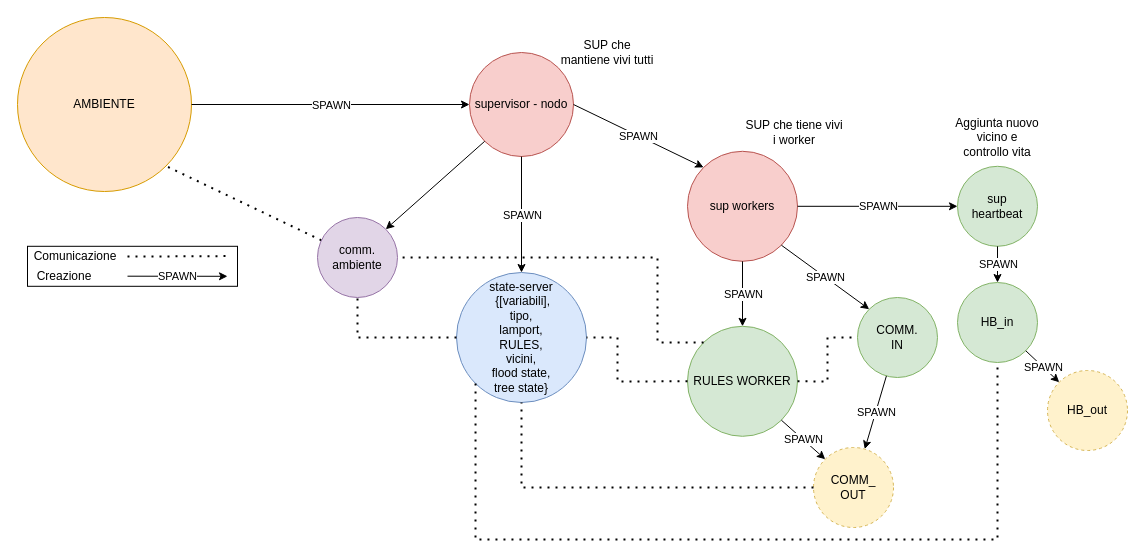
This is relazione/draws/draw_nodeworker.drawio from DiegoBorsoi/ProgettoSistemiDistribuiti, a draw.io file, before an edit. Source tidied: cells renumbered, new cells numbered last; positions are measured from the earlier drawing's top-left corner, leaving out a move shared by most shapes. Both pictures are drawn from the tidied source at 100%, with x=0, y=0 at pixel (17, 17).
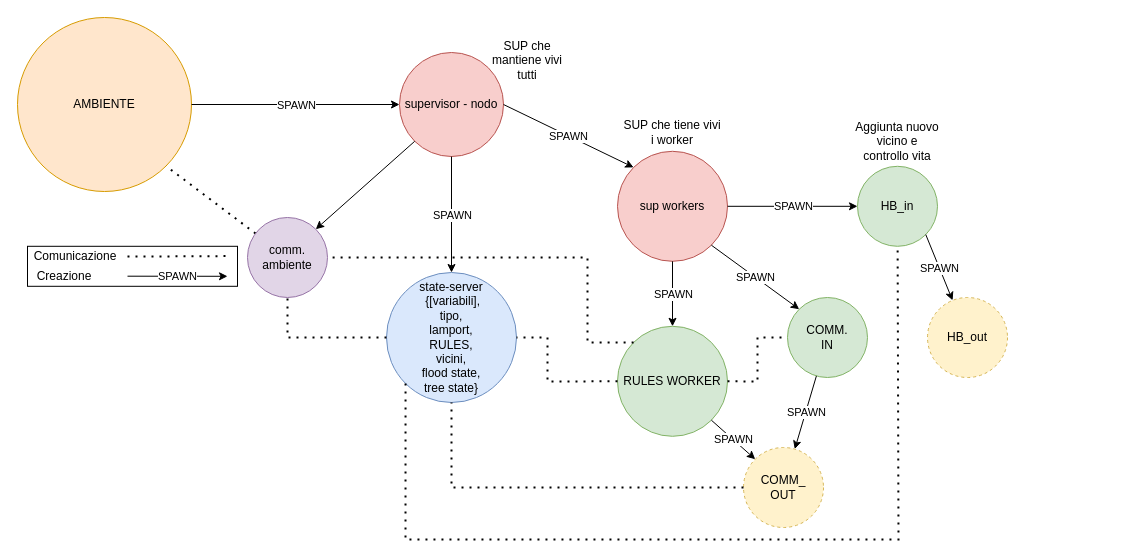
The same diagram, later.

The edit, as a diff of the source:
```diff
@@
     <mxCell id="3" value="supervisor - nodo" style="ellipse;whiteSpace=wrap;html=1;fillColor=#f8cecc;strokeColor=#b85450;" parent="1" vertex="1">
-      <mxGeometry x="452" y="35" width="104" height="104" as="geometry" />
+      <mxGeometry x="382" y="35" width="104" height="104" as="geometry" />
     </mxCell>
     <mxCell id="4" value="state-server&lt;br&gt;&amp;nbsp;{[variabili], &lt;br&gt;tipo,&lt;br&gt;lamport,&lt;br&gt;RULES,&lt;br&gt;vicini,&lt;br&gt;flood state,&lt;br&gt;tree state}" style="ellipse;whiteSpace=wrap;html=1;fillColor=#dae8fc;strokeColor=#6c8ebf;" parent="1" vertex="1">
-      <mxGeometry x="439" y="255" width="130" height="130" as="geometry" />
+      <mxGeometry x="369" y="255" width="130" height="130" as="geometry" />
     </mxCell>
     <mxCell id="5" value="sup workers" style="ellipse;whiteSpace=wrap;html=1;fillColor=#f8cecc;strokeColor=#b85450;" parent="1" vertex="1">
-      <mxGeometry x="670" y="133.8" width="110" height="110" as="geometry" />
+      <mxGeometry x="600" y="133.8" width="110" height="110" as="geometry" />
     </mxCell>
     <mxCell id="6" value="COMM.&lt;br&gt;IN" style="ellipse;whiteSpace=wrap;html=1;fillColor=#d5e8d4;strokeColor=#82b366;" parent="1" vertex="1">
-      <mxGeometry x="840" y="280" width="80" height="80" as="geometry" />
+      <mxGeometry x="770" y="280" width="80" height="80" as="geometry" />
     </mxCell>
     <mxCell id="7" value="RULES WORKER" style="ellipse;whiteSpace=wrap;html=1;fillColor=#d5e8d4;strokeColor=#82b366;" parent="1" vertex="1">
-      <mxGeometry x="670" y="308.8" width="110" height="110" as="geometry" />
+      <mxGeometry x="600" y="308.8" width="110" height="110" as="geometry" />
     </mxCell>
     <mxCell id="8" value="SUP che mantiene vivi tutti" style="text;html=1;strokeColor=none;fillColor=none;align=center;verticalAlign=middle;whiteSpace=wrap;rounded=0;" parent="1" vertex="1">
-      <mxGeometry x="540" y="10" width="100" height="50" as="geometry" />
+      <mxGeometry x="470" y="10" width="80" height="65" as="geometry" />
     </mxCell>
     <mxCell id="9" value="SUP che tiene vivi i worker" style="text;html=1;strokeColor=none;fillColor=none;align=center;verticalAlign=middle;whiteSpace=wrap;rounded=0;" parent="1" vertex="1">
-      <mxGeometry x="727" y="100" width="100" height="30" as="geometry" />
+      <mxGeometry x="605" y="100" width="100" height="30" as="geometry" />
     </mxCell>
@@
-    <mxCell id="14" value="sup&lt;br&gt;heartbeat" style="ellipse;whiteSpace=wrap;html=1;fillColor=#d5e8d4;strokeColor=#82b366;" parent="1" vertex="1">
-      <mxGeometry x="940" y="148.8" width="80" height="80" as="geometry" />
-    </mxCell>
     <mxCell id="15" value="Aggiunta nuovo vicino e controllo vita" style="text;html=1;strokeColor=none;fillColor=none;align=center;verticalAlign=middle;whiteSpace=wrap;rounded=0;" parent="1" vertex="1">
-      <mxGeometry x="935" y="110" width="90" height="20" as="geometry" />
+      <mxGeometry x="835" y="113.8" width="90" height="20" as="geometry" />
     </mxCell>
     <mxCell id="16" value="comm.&lt;br&gt;ambiente" style="ellipse;whiteSpace=wrap;html=1;fillColor=#e1d5e7;strokeColor=#9673a6;" parent="1" vertex="1">
-      <mxGeometry x="300" y="200" width="80" height="80" as="geometry" />
+      <mxGeometry x="230" y="200" width="80" height="80" as="geometry" />
     </mxCell>
@@
     <mxCell id="18" value="COMM_&lt;br&gt;OUT" style="ellipse;whiteSpace=wrap;html=1;dashed=1;fillColor=#fff2cc;strokeColor=#d6b656;" parent="1" vertex="1">
-      <mxGeometry x="796" y="430" width="80" height="80" as="geometry" />
+      <mxGeometry x="726" y="430" width="80" height="80" as="geometry" />
     </mxCell>
@@
-    <mxCell id="27" style="endArrow=classic;html=1;entryX=0;entryY=0.5;entryDx=0;entryDy=0;exitX=1;exitY=0.5;exitDx=0;exitDy=0;" parent="1" edge="1" source="5" target="14">
+    <mxCell id="27" style="endArrow=classic;html=1;entryX=0;entryY=0.5;entryDx=0;entryDy=0;exitX=1;exitY=0.5;exitDx=0;exitDy=0;" parent="1" edge="1" source="5" target="42">
       <mxGeometry relative="1" as="geometry" />
     </mxCell>
@@
     <mxCell id="29" style="endArrow=none;dashed=1;html=1;dashPattern=1 3;strokeWidth=2;entryX=0.5;entryY=1;entryDx=0;entryDy=0;exitX=0;exitY=0.5;exitDx=0;exitDy=0;rounded=0;" parent="1" edge="1" source="18" target="4">
       <mxGeometry relative="1" as="geometry">
         <Array as="points">
-          <mxPoint x="630" y="470" />
-          <mxPoint x="504" y="470" />
-          <mxPoint x="504" y="440" />
+          <mxPoint x="560" y="470" />
+          <mxPoint x="434" y="470" />
+          <mxPoint x="434" y="440" />
         </Array>
       </mxGeometry>
     </mxCell>
-    <mxCell id="30" style="endArrow=none;dashed=1;html=1;dashPattern=1 3;strokeWidth=2;exitX=0;exitY=1;exitDx=0;exitDy=0;rounded=0;entryX=0.5;entryY=1;entryDx=0;entryDy=0;" parent="1" edge="1" source="4">
+    <mxCell id="30" style="endArrow=none;dashed=1;html=1;dashPattern=1 3;strokeWidth=2;exitX=0;exitY=1;exitDx=0;exitDy=0;rounded=0;" parent="1" edge="1" source="4" target="42">
       <mxGeometry relative="1" as="geometry">
-        <mxPoint x="980" y="337" as="targetPoint" />
         <Array as="points">
-          <mxPoint x="458" y="522" />
-          <mxPoint x="980" y="522" />
+          <mxPoint x="388" y="522" />
+          <mxPoint x="881" y="522" />
         </Array>
       </mxGeometry>
     </mxCell>
     <mxCell id="31" style="endArrow=none;dashed=1;html=1;dashPattern=1 3;strokeWidth=2;exitX=0;exitY=0.5;exitDx=0;exitDy=0;rounded=0;entryX=1;entryY=0.5;entryDx=0;entryDy=0;" parent="1" edge="1" source="7" target="4">
       <mxGeometry relative="1" as="geometry">
         <Array as="points">
-          <mxPoint x="600" y="364" />
-          <mxPoint x="600" y="320" />
+          <mxPoint x="530" y="364" />
+          <mxPoint x="530" y="320" />
         </Array>
       </mxGeometry>
     </mxCell>
     <mxCell id="32" style="endArrow=none;dashed=1;html=1;dashPattern=1 3;strokeWidth=2;entryX=1;entryY=0.5;entryDx=0;entryDy=0;exitX=0;exitY=0;exitDx=0;exitDy=0;rounded=0;orthogonal=1;" parent="1" edge="1" source="7" target="16">
       <mxGeometry relative="1" as="geometry">
         <Array as="points">
-          <mxPoint x="640" y="325" />
-          <mxPoint x="640" y="240" />
+          <mxPoint x="570" y="325" />
+          <mxPoint x="570" y="240" />
         </Array>
       </mxGeometry>
     </mxCell>
@@
     <mxCell id="35" style="endArrow=none;dashed=1;html=1;dashPattern=1 3;strokeWidth=2;entryX=0;entryY=0.5;entryDx=0;entryDy=0;exitX=1;exitY=0.5;exitDx=0;exitDy=0;rounded=0;" parent="1" edge="1" source="7" target="6">
       <mxGeometry relative="1" as="geometry">
         <Array as="points">
-          <mxPoint x="810" y="364" />
-          <mxPoint x="810" y="320" />
+          <mxPoint x="740" y="364" />
+          <mxPoint x="740" y="320" />
         </Array>
       </mxGeometry>
     </mxCell>
     <mxCell id="36" style="endArrow=none;dashed=1;html=1;dashPattern=1 3;strokeWidth=2;entryX=0.5;entryY=1;entryDx=0;entryDy=0;exitX=0;exitY=0.5;exitDx=0;exitDy=0;rounded=0;" parent="1" edge="1" source="4" target="16">
       <mxGeometry relative="1" as="geometry">
         <Array as="points">
-          <mxPoint x="340" y="320" />
+          <mxPoint x="270" y="320" />
         </Array>
       </mxGeometry>
     </mxCell>
@@
     <mxCell id="42" value="HB_in" style="ellipse;whiteSpace=wrap;html=1;fillColor=#d5e8d4;strokeColor=#82b366;" parent="1" vertex="1">
-      <mxGeometry x="940" y="265" width="80" height="80" as="geometry" />
+      <mxGeometry x="840" y="148.8" width="80" height="80" as="geometry" />
     </mxCell>
     <mxCell id="43" value="HB_out" style="ellipse;whiteSpace=wrap;html=1;fillColor=#fff2cc;strokeColor=#d6b656;dashed=1;" parent="1" vertex="1">
-      <mxGeometry x="1030" y="353" width="80" height="80" as="geometry" />
+      <mxGeometry x="910" y="280" width="80" height="80" as="geometry" />
     </mxCell>
-    <mxCell id="44" style="endArrow=classic;html=1;entryX=0;entryY=0;entryDx=0;entryDy=0;exitX=1;exitY=1;exitDx=0;exitDy=0;" parent="1" edge="1" source="42" target="43">
+    <mxCell id="44" style="endArrow=classic;html=1;exitX=1;exitY=1;exitDx=0;exitDy=0;" parent="1" edge="1" source="42" target="43">
       <mxGeometry relative="1" as="geometry" />
     </mxCell>
@@
-    <mxCell id="46" style="endArrow=classic;html=1;entryX=0.5;entryY=0;entryDx=0;entryDy=0;exitX=0.5;exitY=1;exitDx=0;exitDy=0;" parent="1" edge="1" source="14" target="42">
-      <mxGeometry relative="1" as="geometry" />
-    </mxCell>
-    <mxCell id="47" value="SPAWN" style="edgeLabel;html=1;align=center;verticalAlign=middle;" parent="46" vertex="1">
-      <mxGeometry relative="1" as="geometry" />
-    </mxCell>
```
